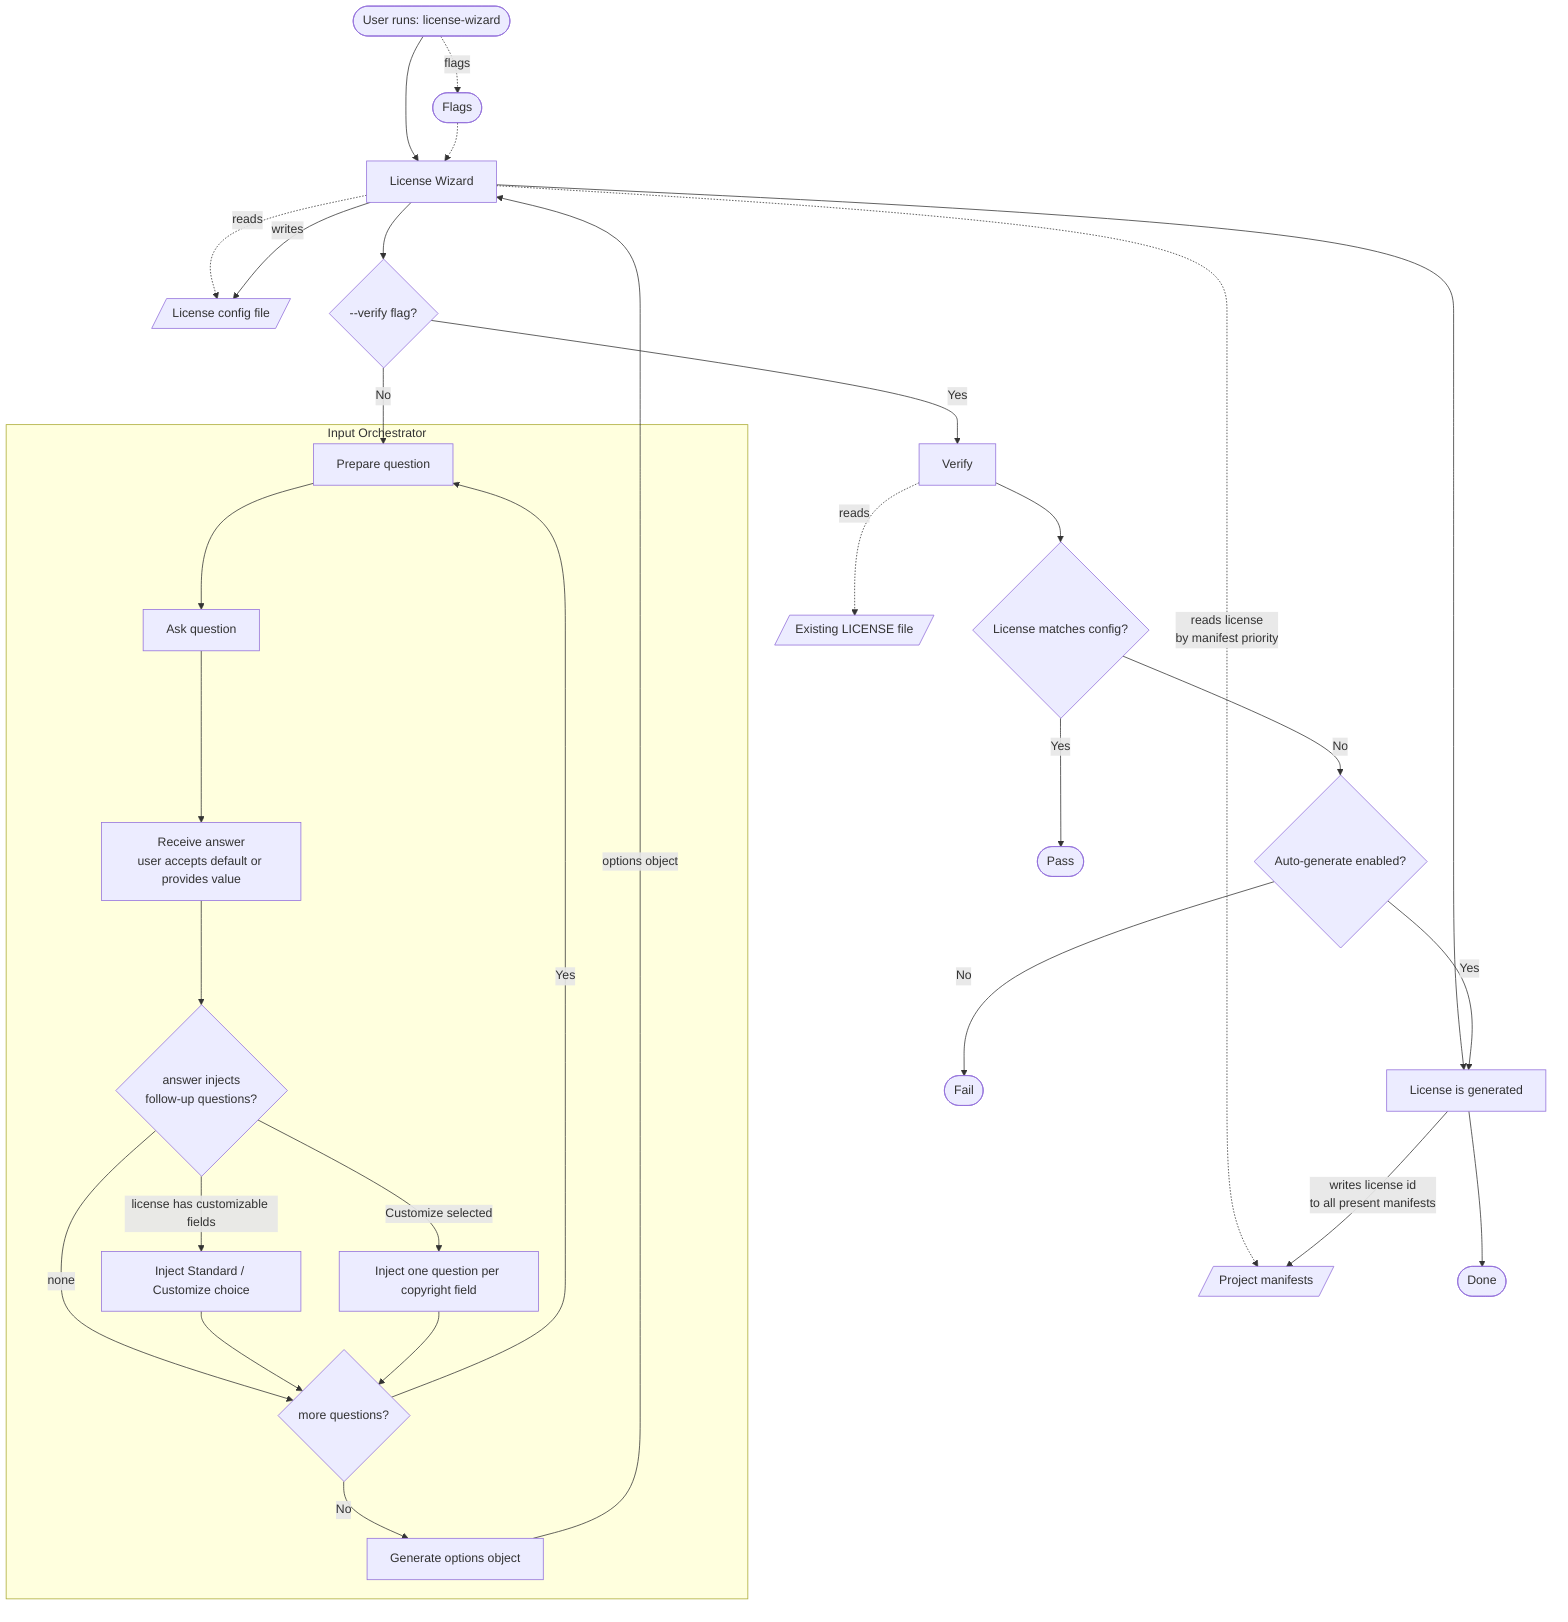
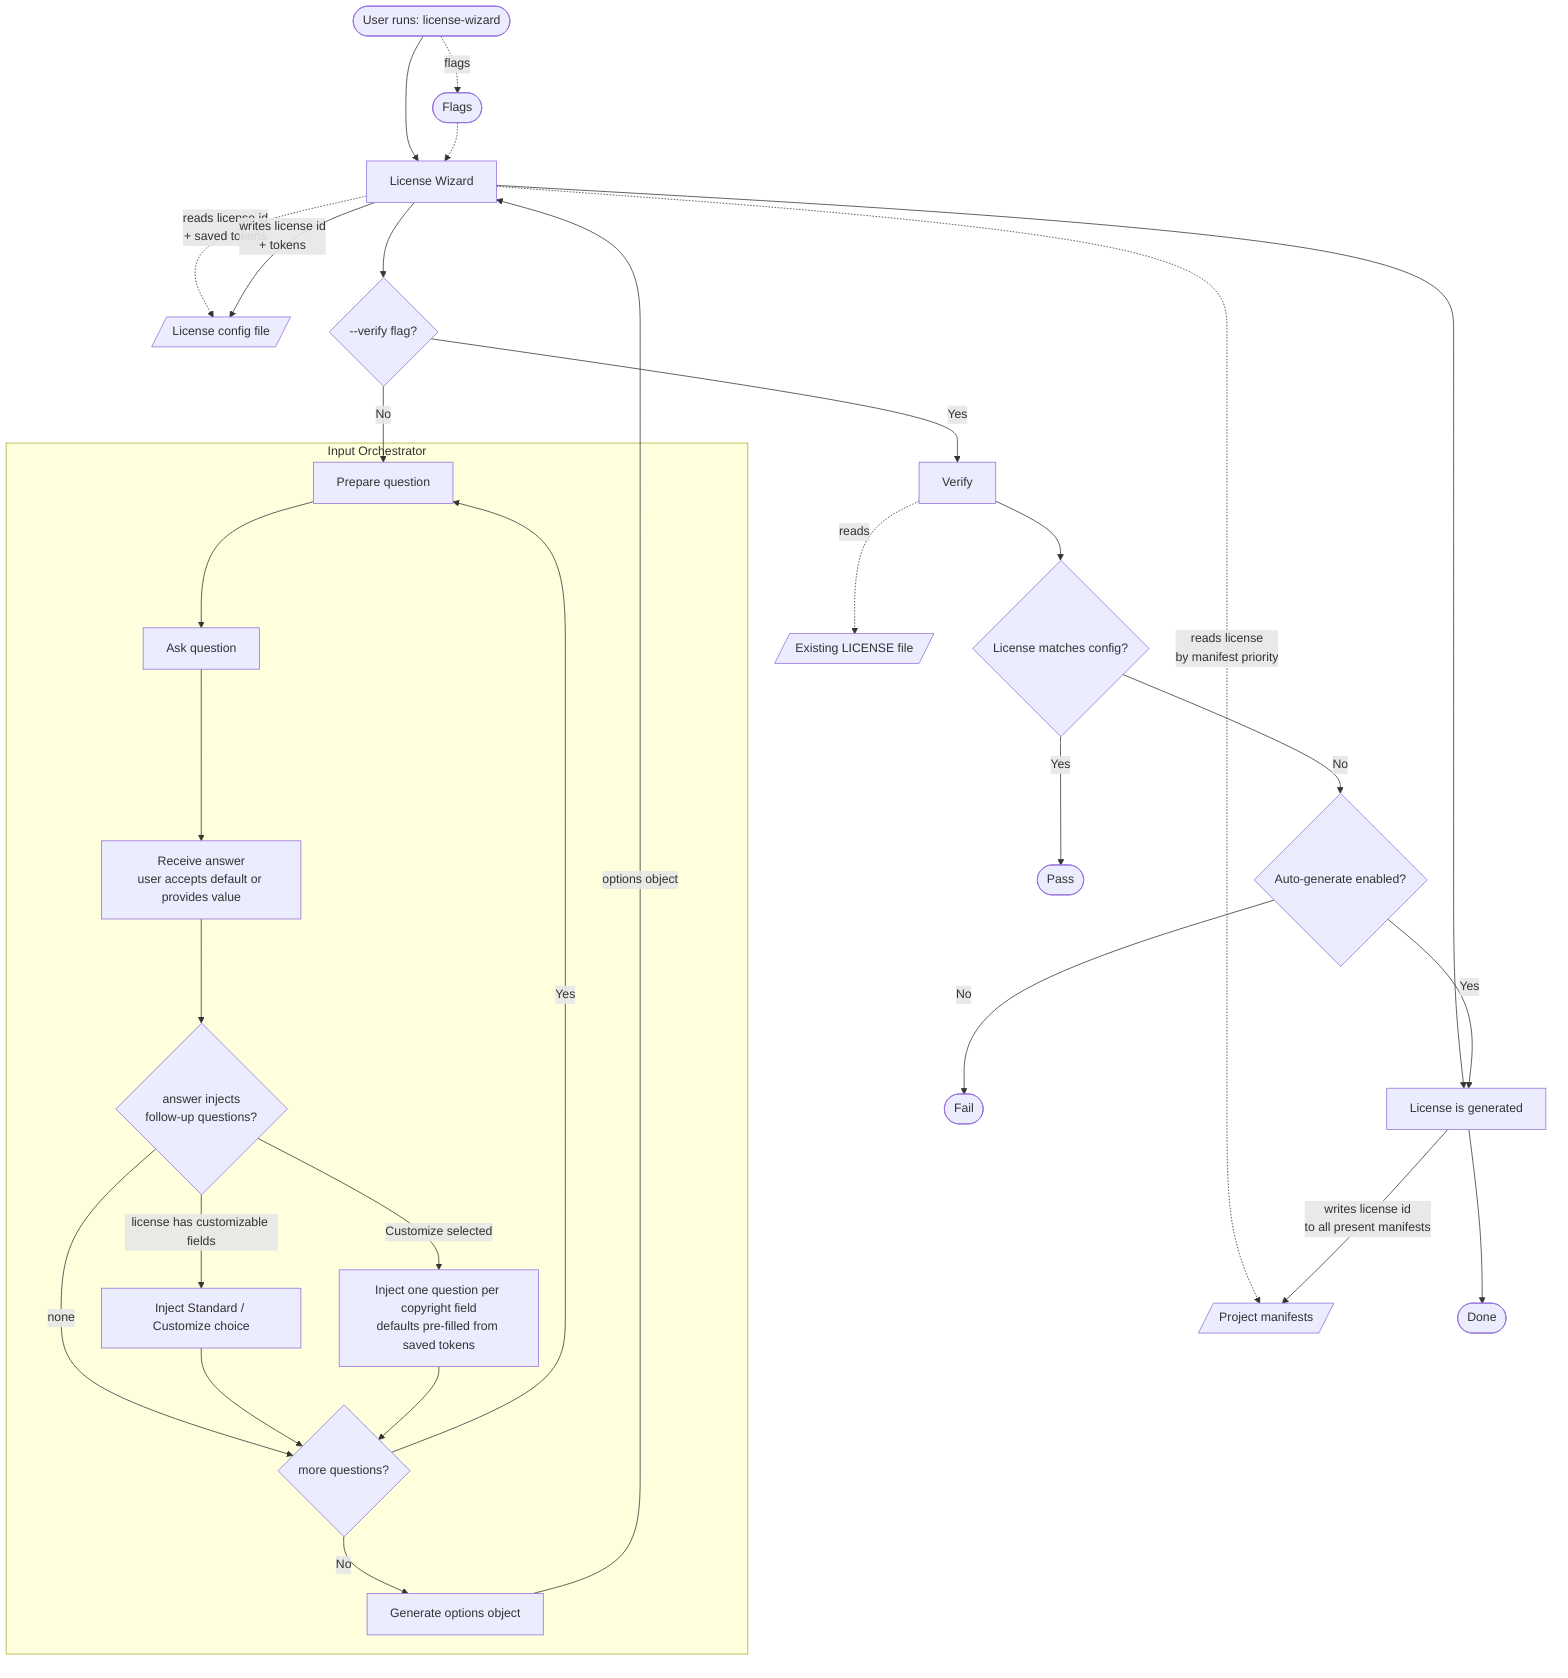
flowchart TD
    A([User runs: license-wizard]) --> LW[License Wizard]
    A -.->|flags| FL([Flags])
    FL -.-> LW
-     LW -.->|reads| LC[/License config file/]
+     LW -.->|reads license id<br/>+ saved tokens| LC[/License config file/]
    LW -.->|reads license<br/>by manifest priority| PJ[/Project manifests/]

    LW --> M{--verify flag?}

    %% ─── Interactive / generation path ───
    M -->|No| C

    subgraph IO [Input Orchestrator]
        C[Prepare question]
        C --> D[Ask question]
        D --> E[Receive answer<br/>user accepts default or provides value]
        E --> INJ{answer injects<br/>follow-up questions?}
        INJ -->|license has customizable fields| MODE[Inject Standard / Customize choice]
-         INJ -->|Customize selected| FIELDS[Inject one question per copyright field]
+         INJ -->|Customize selected| FIELDS[Inject one question per copyright field<br/>defaults pre-filled from saved tokens]
        INJ -->|none| F
        MODE --> F
        FIELDS --> F
        F{more questions?}
        F -->|Yes| C
        F -->|No| OG[Generate options object]
    end

    OG -->|options object| LW
-     LW -->|writes| LC
+     LW -->|writes license id<br/>+ tokens| LC
    LW --> G[License is generated]
    G -->|writes license id<br/>to all present manifests| PJ
    G --> H([Done])

    %% ─── Verification path ───
    M -->|Yes| V[Verify]
    V -.->|reads| EL[/Existing LICENSE file/]
    V --> R{License matches config?}
    R -->|Yes| PASS([Pass])
    R -->|No| AG{Auto-generate enabled?}
    AG -->|Yes| G
    AG -->|No| FAIL([Fail])
